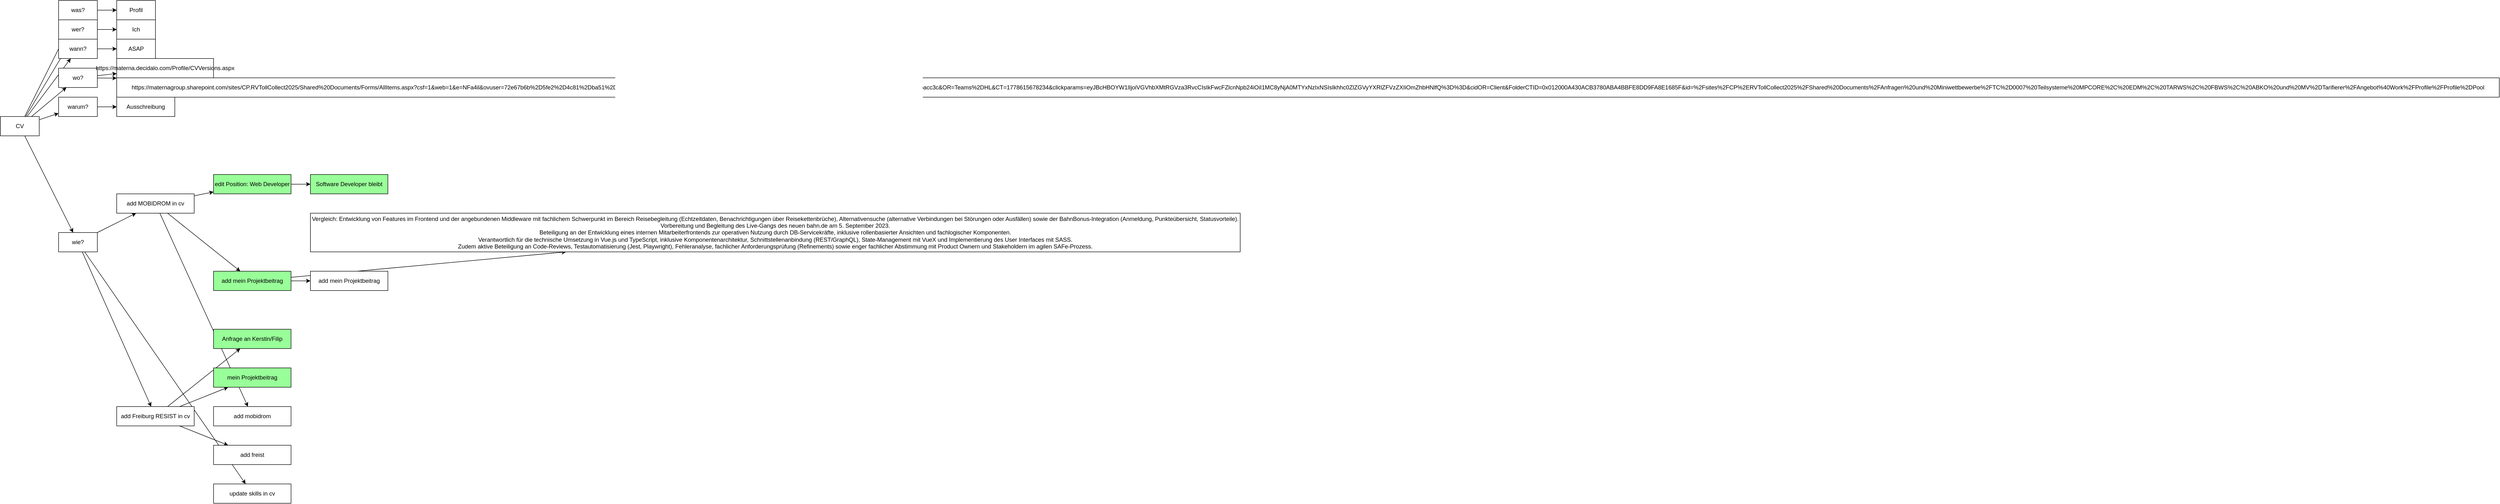
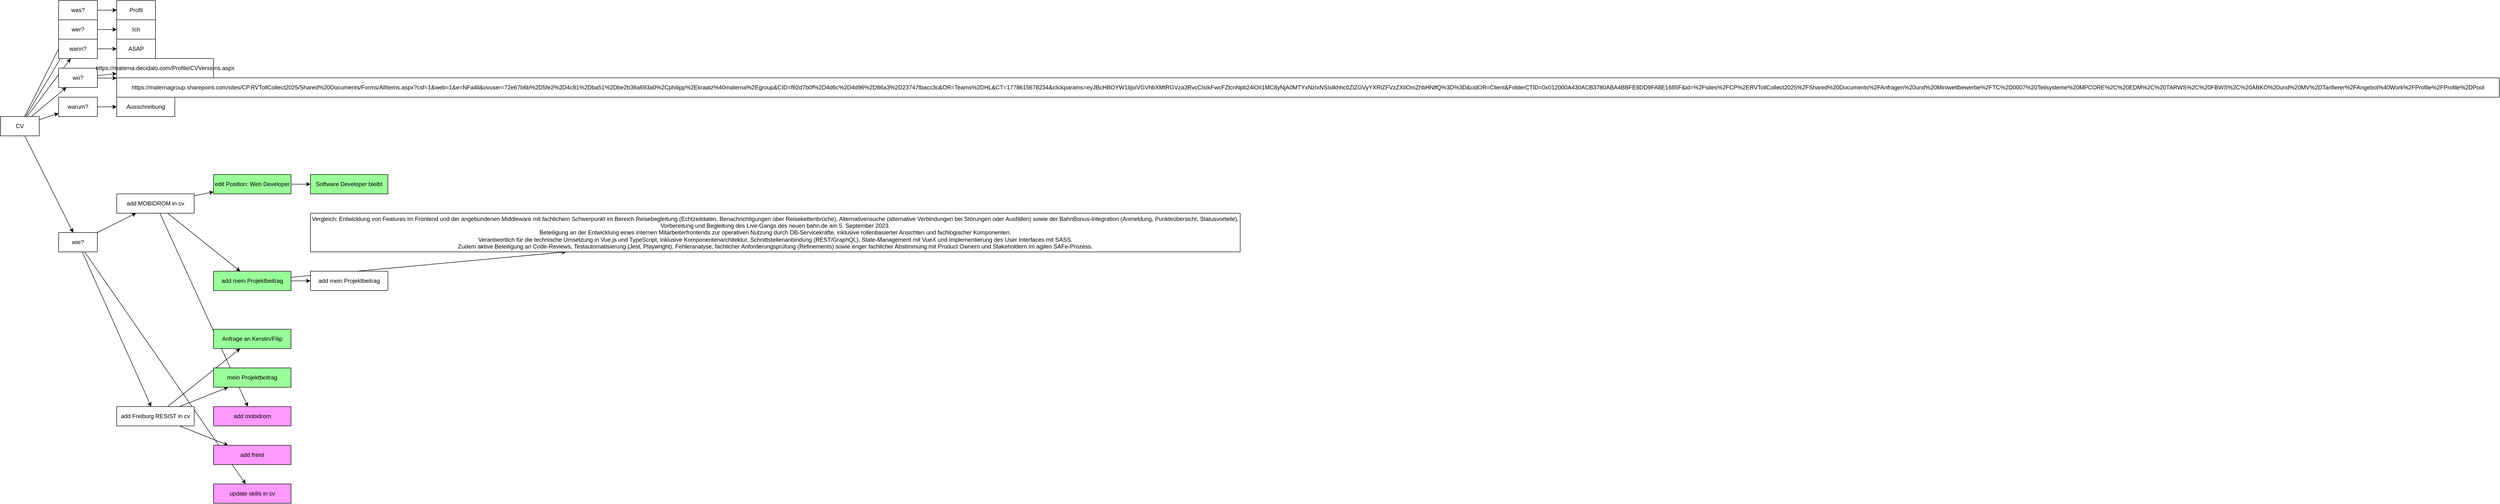
<mxfile host="app.diagrams.net">
  <diagram name="Page-1" id="OTpAghzZXSN5S58TuXOj">
-     <mxGraphModel dx="713" dy="505" grid="1" gridSize="10" guides="1" tooltips="1" connect="1" arrows="1" fold="1" page="1" pageScale="1" pageWidth="850" pageHeight="1100" math="0" shadow="0">
+     <mxGraphModel dx="950" dy="673" grid="1" gridSize="10" guides="1" tooltips="1" connect="1" arrows="1" fold="1" page="1" pageScale="1" pageWidth="850" pageHeight="1100" math="0" shadow="0">
      <root>
        <mxCell id="0" />
        <mxCell id="1" parent="0" />
        <mxCell id="9IMP9UL_tGp2nxQO3D5Y-3" edge="1" parent="1" source="9IMP9UL_tGp2nxQO3D5Y-1" style="rounded=0;orthogonalLoop=1;jettySize=auto;html=1;" target="9IMP9UL_tGp2nxQO3D5Y-2" value="">
          <mxGeometry relative="1" as="geometry" />
        </mxCell>
        <mxCell id="9IMP9UL_tGp2nxQO3D5Y-10" edge="1" parent="1" source="9IMP9UL_tGp2nxQO3D5Y-1" style="edgeStyle=none;rounded=0;orthogonalLoop=1;jettySize=auto;html=1;" target="9IMP9UL_tGp2nxQO3D5Y-6" value="">
          <mxGeometry relative="1" as="geometry" />
        </mxCell>
        <mxCell id="9IMP9UL_tGp2nxQO3D5Y-14" edge="1" parent="1" source="9IMP9UL_tGp2nxQO3D5Y-1" style="edgeStyle=none;rounded=0;orthogonalLoop=1;jettySize=auto;html=1;" target="9IMP9UL_tGp2nxQO3D5Y-11" value="">
          <mxGeometry relative="1" as="geometry" />
        </mxCell>
        <mxCell id="9IMP9UL_tGp2nxQO3D5Y-16" edge="1" parent="1" source="9IMP9UL_tGp2nxQO3D5Y-1" style="edgeStyle=none;rounded=0;orthogonalLoop=1;jettySize=auto;html=1;" target="9IMP9UL_tGp2nxQO3D5Y-15" value="">
          <mxGeometry relative="1" as="geometry" />
        </mxCell>
        <mxCell id="9IMP9UL_tGp2nxQO3D5Y-24" edge="1" parent="1" source="9IMP9UL_tGp2nxQO3D5Y-1" style="edgeStyle=none;rounded=0;orthogonalLoop=1;jettySize=auto;html=1;" target="9IMP9UL_tGp2nxQO3D5Y-21" value="">
          <mxGeometry relative="1" as="geometry" />
        </mxCell>
        <mxCell id="9IMP9UL_tGp2nxQO3D5Y-26" edge="1" parent="1" source="9IMP9UL_tGp2nxQO3D5Y-1" style="edgeStyle=none;rounded=0;orthogonalLoop=1;jettySize=auto;html=1;" target="9IMP9UL_tGp2nxQO3D5Y-25" value="">
          <mxGeometry relative="1" as="geometry" />
        </mxCell>
        <mxCell id="9IMP9UL_tGp2nxQO3D5Y-1" parent="1" style="rounded=0;whiteSpace=wrap;html=1;" value="CV" vertex="1">
          <mxGeometry height="40" width="80" x="40" y="280" as="geometry" />
        </mxCell>
        <mxCell id="9IMP9UL_tGp2nxQO3D5Y-5" edge="1" parent="1" source="9IMP9UL_tGp2nxQO3D5Y-2" style="rounded=0;orthogonalLoop=1;jettySize=auto;html=1;" target="9IMP9UL_tGp2nxQO3D5Y-4" value="">
          <mxGeometry relative="1" as="geometry" />
        </mxCell>
        <mxCell id="9IMP9UL_tGp2nxQO3D5Y-2" parent="1" style="rounded=0;whiteSpace=wrap;html=1;" value="was?" vertex="1">
          <mxGeometry height="40" width="80" x="160" y="40" as="geometry" />
        </mxCell>
        <mxCell id="9IMP9UL_tGp2nxQO3D5Y-4" parent="1" style="rounded=0;whiteSpace=wrap;html=1;" value="Profil" vertex="1">
          <mxGeometry height="40" width="80" x="280" y="40" as="geometry" />
        </mxCell>
        <mxCell id="9IMP9UL_tGp2nxQO3D5Y-8" edge="1" parent="1" source="9IMP9UL_tGp2nxQO3D5Y-6" style="rounded=0;orthogonalLoop=1;jettySize=auto;html=1;" target="9IMP9UL_tGp2nxQO3D5Y-7" value="">
          <mxGeometry relative="1" as="geometry" />
        </mxCell>
        <mxCell id="9IMP9UL_tGp2nxQO3D5Y-6" parent="1" style="rounded=0;whiteSpace=wrap;html=1;" value="wer?" vertex="1">
          <mxGeometry height="40" width="80" x="160" y="80" as="geometry" />
        </mxCell>
        <mxCell id="9IMP9UL_tGp2nxQO3D5Y-7" parent="1" style="rounded=0;whiteSpace=wrap;html=1;" value="Ich" vertex="1">
          <mxGeometry height="40" width="80" x="280" y="80" as="geometry" />
        </mxCell>
        <mxCell id="9IMP9UL_tGp2nxQO3D5Y-13" edge="1" parent="1" source="9IMP9UL_tGp2nxQO3D5Y-11" style="edgeStyle=none;rounded=0;orthogonalLoop=1;jettySize=auto;html=1;" target="9IMP9UL_tGp2nxQO3D5Y-12" value="">
          <mxGeometry relative="1" as="geometry" />
        </mxCell>
        <mxCell id="9IMP9UL_tGp2nxQO3D5Y-11" parent="1" style="rounded=0;whiteSpace=wrap;html=1;" value="wann?" vertex="1">
          <mxGeometry height="40" width="80" x="160" y="120" as="geometry" />
        </mxCell>
        <mxCell id="9IMP9UL_tGp2nxQO3D5Y-12" parent="1" style="rounded=0;whiteSpace=wrap;html=1;" value="ASAP" vertex="1">
          <mxGeometry height="40" width="80" x="280" y="120" as="geometry" />
        </mxCell>
        <mxCell id="9IMP9UL_tGp2nxQO3D5Y-18" edge="1" parent="1" source="9IMP9UL_tGp2nxQO3D5Y-15" style="edgeStyle=none;rounded=0;orthogonalLoop=1;jettySize=auto;html=1;" target="9IMP9UL_tGp2nxQO3D5Y-17" value="">
          <mxGeometry relative="1" as="geometry" />
        </mxCell>
        <mxCell id="9IMP9UL_tGp2nxQO3D5Y-20" edge="1" parent="1" source="9IMP9UL_tGp2nxQO3D5Y-15" style="edgeStyle=none;rounded=0;orthogonalLoop=1;jettySize=auto;html=1;" target="9IMP9UL_tGp2nxQO3D5Y-19" value="">
          <mxGeometry relative="1" as="geometry" />
        </mxCell>
        <mxCell id="9IMP9UL_tGp2nxQO3D5Y-15" parent="1" style="rounded=0;whiteSpace=wrap;html=1;" value="wo?" vertex="1">
          <mxGeometry height="40" width="80" x="160" y="180" as="geometry" />
        </mxCell>
        <mxCell id="9IMP9UL_tGp2nxQO3D5Y-17" parent="1" style="rounded=0;whiteSpace=wrap;html=1;" value="https://materna.decidalo.com/Profile/CVVersions.aspx" vertex="1">
          <mxGeometry height="40" width="200" x="280" y="160" as="geometry" />
        </mxCell>
        <mxCell id="9IMP9UL_tGp2nxQO3D5Y-19" parent="1" style="rounded=0;whiteSpace=wrap;html=1;" value="https://maternagroup.sharepoint.com/sites/CP.RVTollCollect2025/Shared%20Documents/Forms/AllItems.aspx?csf=1&amp;amp;web=1&amp;amp;e=NFa4il&amp;amp;ovuser=72e67b6b%2D5fe2%2D4c81%2Dba51%2Dbe2b36a693a0%2Cphilipp%2Ekraatz%40materna%2Egroup&amp;amp;CID=f92d7b0f%2D4d6c%2D4d96%2D86a3%2D23747fbacc3c&amp;amp;OR=Teams%2DHL&amp;amp;CT=1778615678234&amp;amp;clickparams=eyJBcHBOYW1lIjoiVGVhbXMtRGVza3RvcCIsIkFwcFZlcnNpb24iOiI1MC8yNjA0MTYxNzIxNSIsIkhhc0ZlZGVyYXRlZFVzZXIiOmZhbHNlfQ%3D%3D&amp;amp;cidOR=Client&amp;amp;FolderCTID=0x012000A430ACB3780ABA4BBFE8DD9FA8E1685F&amp;amp;id=%2Fsites%2FCP%2ERVTollCollect2025%2FShared%20Documents%2FAnfragen%20und%20Miniwettbewerbe%2FTC%2D0007%20Teilsysteme%20MPCORE%2C%20EDM%2C%20TARWS%2C%20FBWS%2C%20ABKO%20und%20MV%2DTarifierer%2FAngebot%40Work%2FProfile%2FProfile%2DPool" vertex="1">
          <mxGeometry height="40" width="4920" x="280" y="200" as="geometry" />
        </mxCell>
        <mxCell id="9IMP9UL_tGp2nxQO3D5Y-23" edge="1" parent="1" source="9IMP9UL_tGp2nxQO3D5Y-21" style="edgeStyle=none;rounded=0;orthogonalLoop=1;jettySize=auto;html=1;" target="9IMP9UL_tGp2nxQO3D5Y-22" value="">
          <mxGeometry relative="1" as="geometry" />
        </mxCell>
        <mxCell id="9IMP9UL_tGp2nxQO3D5Y-21" parent="1" style="rounded=0;whiteSpace=wrap;html=1;" value="warum?" vertex="1">
          <mxGeometry height="40" width="80" x="160" y="240" as="geometry" />
        </mxCell>
        <mxCell id="9IMP9UL_tGp2nxQO3D5Y-22" parent="1" style="rounded=0;whiteSpace=wrap;html=1;" value="Ausschreibung" vertex="1">
          <mxGeometry height="40" width="120" x="280" y="240" as="geometry" />
        </mxCell>
        <mxCell id="9IMP9UL_tGp2nxQO3D5Y-28" edge="1" parent="1" source="9IMP9UL_tGp2nxQO3D5Y-25" style="edgeStyle=none;rounded=0;orthogonalLoop=1;jettySize=auto;html=1;" target="9IMP9UL_tGp2nxQO3D5Y-27" value="">
          <mxGeometry relative="1" as="geometry" />
        </mxCell>
        <mxCell id="9IMP9UL_tGp2nxQO3D5Y-30" edge="1" parent="1" source="9IMP9UL_tGp2nxQO3D5Y-25" style="edgeStyle=none;rounded=0;orthogonalLoop=1;jettySize=auto;html=1;" target="9IMP9UL_tGp2nxQO3D5Y-29" value="">
          <mxGeometry relative="1" as="geometry" />
        </mxCell>
        <mxCell id="9IMP9UL_tGp2nxQO3D5Y-32" edge="1" parent="1" source="9IMP9UL_tGp2nxQO3D5Y-25" style="edgeStyle=none;rounded=0;orthogonalLoop=1;jettySize=auto;html=1;" target="9IMP9UL_tGp2nxQO3D5Y-31" value="">
          <mxGeometry relative="1" as="geometry" />
        </mxCell>
        <mxCell id="9IMP9UL_tGp2nxQO3D5Y-25" parent="1" style="rounded=0;whiteSpace=wrap;html=1;" value="wie?" vertex="1">
          <mxGeometry height="40" width="80" x="160" y="520" as="geometry" />
        </mxCell>
-         <mxCell id="9IMP9UL_tGp2nxQO3D5Y-27" parent="1" style="rounded=0;whiteSpace=wrap;html=1;" value="update skills in cv" vertex="1">
+         <mxCell id="9IMP9UL_tGp2nxQO3D5Y-27" parent="1" style="rounded=0;whiteSpace=wrap;html=1;fillColor=#FF99FF;" value="update skills in cv" vertex="1">
          <mxGeometry height="40" width="160" x="480" y="1040" as="geometry" />
        </mxCell>
        <mxCell id="9IMP9UL_tGp2nxQO3D5Y-34" edge="1" parent="1" source="9IMP9UL_tGp2nxQO3D5Y-29" style="edgeStyle=none;rounded=0;orthogonalLoop=1;jettySize=auto;html=1;" target="9IMP9UL_tGp2nxQO3D5Y-33" value="">
          <mxGeometry relative="1" as="geometry" />
        </mxCell>
        <mxCell id="9IMP9UL_tGp2nxQO3D5Y-39" edge="1" parent="1" source="9IMP9UL_tGp2nxQO3D5Y-29" style="edgeStyle=none;rounded=0;orthogonalLoop=1;jettySize=auto;html=1;" target="9IMP9UL_tGp2nxQO3D5Y-38" value="">
          <mxGeometry relative="1" as="geometry" />
        </mxCell>
        <mxCell id="9IMP9UL_tGp2nxQO3D5Y-49" edge="1" parent="1" source="9IMP9UL_tGp2nxQO3D5Y-29" style="edgeStyle=none;rounded=0;orthogonalLoop=1;jettySize=auto;html=1;" target="9IMP9UL_tGp2nxQO3D5Y-48" value="">
          <mxGeometry relative="1" as="geometry" />
        </mxCell>
        <mxCell id="9IMP9UL_tGp2nxQO3D5Y-29" parent="1" style="rounded=0;whiteSpace=wrap;html=1;" value="add MOBIDROM in cv" vertex="1">
          <mxGeometry height="40" width="160" x="280" y="440" as="geometry" />
        </mxCell>
        <mxCell id="9IMP9UL_tGp2nxQO3D5Y-45" edge="1" parent="1" source="9IMP9UL_tGp2nxQO3D5Y-31" style="edgeStyle=none;rounded=0;orthogonalLoop=1;jettySize=auto;html=1;" target="9IMP9UL_tGp2nxQO3D5Y-44" value="">
          <mxGeometry relative="1" as="geometry" />
        </mxCell>
        <mxCell id="9IMP9UL_tGp2nxQO3D5Y-47" edge="1" parent="1" source="9IMP9UL_tGp2nxQO3D5Y-31" style="edgeStyle=none;rounded=0;orthogonalLoop=1;jettySize=auto;html=1;" target="9IMP9UL_tGp2nxQO3D5Y-46" value="">
          <mxGeometry relative="1" as="geometry" />
        </mxCell>
        <mxCell id="9IMP9UL_tGp2nxQO3D5Y-51" edge="1" parent="1" source="9IMP9UL_tGp2nxQO3D5Y-31" style="edgeStyle=none;rounded=0;orthogonalLoop=1;jettySize=auto;html=1;" target="9IMP9UL_tGp2nxQO3D5Y-50" value="">
          <mxGeometry relative="1" as="geometry" />
        </mxCell>
        <mxCell id="9IMP9UL_tGp2nxQO3D5Y-31" parent="1" style="rounded=0;whiteSpace=wrap;html=1;" value="add Freiburg RESIST in cv" vertex="1">
          <mxGeometry height="40" width="160" x="280" y="880" as="geometry" />
        </mxCell>
        <mxCell id="9IMP9UL_tGp2nxQO3D5Y-36" edge="1" parent="1" source="9IMP9UL_tGp2nxQO3D5Y-33" style="edgeStyle=none;rounded=0;orthogonalLoop=1;jettySize=auto;html=1;" target="9IMP9UL_tGp2nxQO3D5Y-35" value="">
          <mxGeometry relative="1" as="geometry" />
        </mxCell>
        <mxCell id="9IMP9UL_tGp2nxQO3D5Y-33" parent="1" style="rounded=0;whiteSpace=wrap;html=1;fillColor=#99FF99;" value="edit Position: Web Developer" vertex="1">
          <mxGeometry height="40" width="160" x="480" y="400" as="geometry" />
        </mxCell>
        <mxCell id="9IMP9UL_tGp2nxQO3D5Y-35" parent="1" style="rounded=0;whiteSpace=wrap;html=1;fillColor=#99FF99;" value="Software Developer bleibt" vertex="1">
          <mxGeometry height="40" width="160" x="680" y="400" as="geometry" />
        </mxCell>
        <mxCell id="9IMP9UL_tGp2nxQO3D5Y-41" edge="1" parent="1" source="9IMP9UL_tGp2nxQO3D5Y-38" style="edgeStyle=none;rounded=0;orthogonalLoop=1;jettySize=auto;html=1;" target="9IMP9UL_tGp2nxQO3D5Y-40" value="">
          <mxGeometry relative="1" as="geometry" />
        </mxCell>
        <mxCell id="9IMP9UL_tGp2nxQO3D5Y-43" edge="1" parent="1" source="9IMP9UL_tGp2nxQO3D5Y-38" style="edgeStyle=none;rounded=0;orthogonalLoop=1;jettySize=auto;html=1;" target="9IMP9UL_tGp2nxQO3D5Y-42" value="">
          <mxGeometry relative="1" as="geometry" />
        </mxCell>
        <mxCell id="9IMP9UL_tGp2nxQO3D5Y-38" parent="1" style="rounded=0;whiteSpace=wrap;html=1;fillColor=#99FF99;" value="add mein Projektbeitrag" vertex="1">
          <mxGeometry height="40" width="160" x="480" y="600" as="geometry" />
        </mxCell>
        <mxCell id="9IMP9UL_tGp2nxQO3D5Y-40" parent="1" style="rounded=0;whiteSpace=wrap;html=1;" value="Vergleich: Entwicklung von Features im Frontend und der angebundenen Middleware mit fachlichem Schwerpunkt im Bereich Reisebegleitung (Echtzeitdaten, Benachrichtigungen über Reisekettenbrüche), Alternativensuche (alternative Verbindungen bei Störungen oder Ausfällen) sowie der BahnBonus-Integration (Anmeldung, Punkteübersicht, Statusvorteile).&lt;br&gt;Vorbereitung und Begleitung des Live-Gangs des neuen bahn.de am 5. September 2023.&lt;br&gt;Beteiligung an der Entwicklung eines internen Mitarbeiterfrontends zur operativen Nutzung durch DB-Servicekräfte, inklusive rollenbasierter Ansichten und fachlogischer Komponenten.&lt;br&gt;Verantwortlich für die technische Umsetzung in Vue.js und TypeScript, inklusive Komponentenarchitektur, Schnittstellenanbindung (REST/GraphQL), State-Management mit VueX und Implementierung des User Interfaces mit SASS.&lt;br&gt;Zudem aktive Beteiligung an Code-Reviews, Testautomatisierung (Jest, Playwright), Fehleranalyse, fachlicher Anforderungsprüfung (Refinements) sowie enger fachlicher Abstimmung mit Product Ownern und Stakeholdern im agilen SAFe-Prozess." vertex="1">
          <mxGeometry height="80" width="1920" x="680" y="480" as="geometry" />
        </mxCell>
        <mxCell id="9IMP9UL_tGp2nxQO3D5Y-42" parent="1" style="rounded=0;whiteSpace=wrap;html=1;" value="add mein Projektbeitrag" vertex="1">
          <mxGeometry height="40" width="160" x="680" y="600" as="geometry" />
        </mxCell>
        <mxCell id="9IMP9UL_tGp2nxQO3D5Y-44" parent="1" style="rounded=0;whiteSpace=wrap;html=1;fillColor=#99FF99;" value="Anfrage an Kerstin/Filip" vertex="1">
          <mxGeometry height="40" width="160" x="480" y="720" as="geometry" />
        </mxCell>
        <mxCell id="9IMP9UL_tGp2nxQO3D5Y-46" parent="1" style="rounded=0;whiteSpace=wrap;html=1;fillColor=#99FF99;" value="mein Projektbeitrag" vertex="1">
          <mxGeometry height="40" width="160" x="480" y="800" as="geometry" />
        </mxCell>
-         <mxCell id="9IMP9UL_tGp2nxQO3D5Y-48" parent="1" style="rounded=0;whiteSpace=wrap;html=1;" value="add mobidrom" vertex="1">
+         <mxCell id="9IMP9UL_tGp2nxQO3D5Y-48" parent="1" style="rounded=0;whiteSpace=wrap;html=1;fillColor=#FF99FF;" value="add mobidrom" vertex="1">
          <mxGeometry height="40" width="160" x="480" y="880" as="geometry" />
        </mxCell>
-         <mxCell id="9IMP9UL_tGp2nxQO3D5Y-50" parent="1" style="rounded=0;whiteSpace=wrap;html=1;" value="add freist" vertex="1">
+         <mxCell id="9IMP9UL_tGp2nxQO3D5Y-50" parent="1" style="rounded=0;whiteSpace=wrap;html=1;fillColor=#FF99FF;" value="add freist" vertex="1">
          <mxGeometry height="40" width="160" x="480" y="960" as="geometry" />
        </mxCell>
      </root>
    </mxGraphModel>
  </diagram>
</mxfile>
